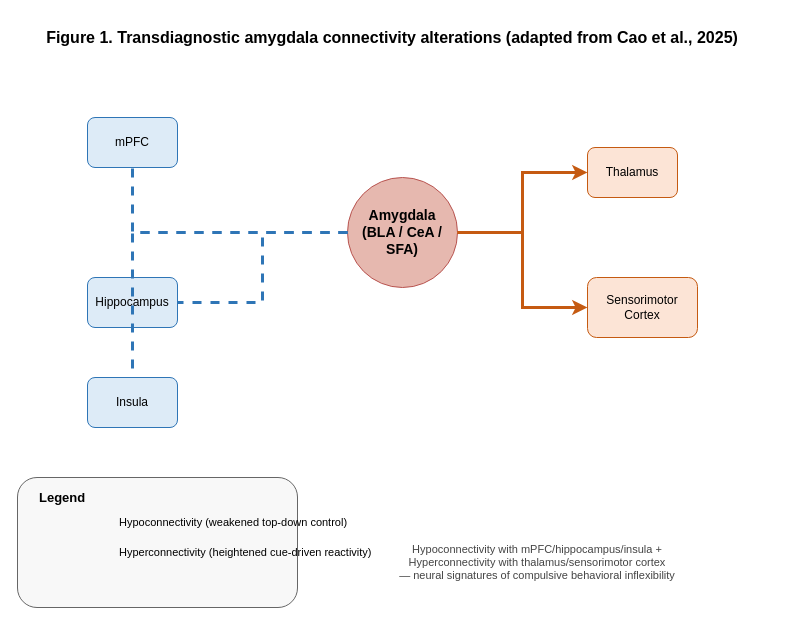
This is ccbfig2.drawio from Ernest861/demo, a draw.io file, before an edit. Source tidied: cells renumbered, new cells numbered last; positions are measured from the earlier drawing's top-left corner, leaving out a move shared by most shapes. Both pictures are drawn from the tidied source at 100%, with x=0, y=0 at pixel (17, 17).
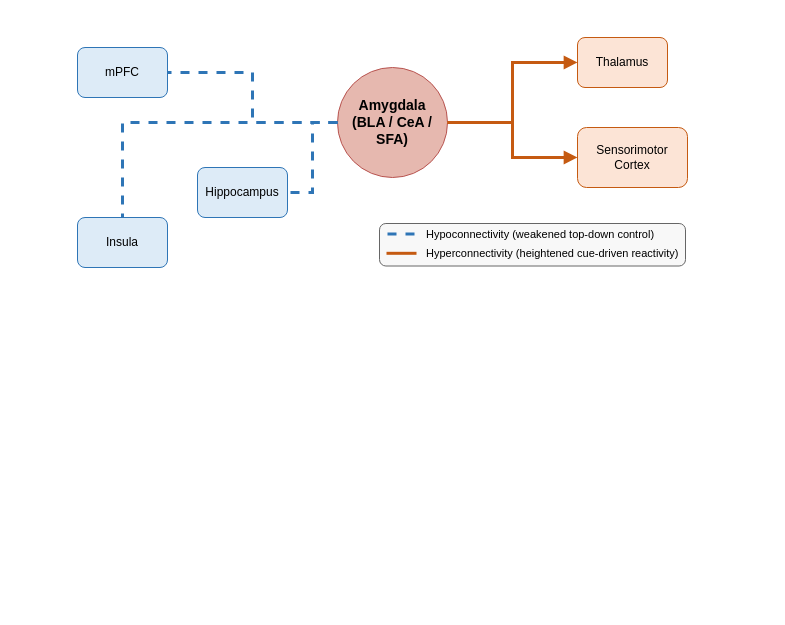
After the change.

The edit, as a diff of the source:
```diff
@@
-    <mxCell id="2" value="Figure 1. Transdiagnostic amygdala connectivity alterations (adapted from Cao et al., 2025)" style="text;html=1;strokeColor=none;fillColor=none;align=center;verticalAlign=middle;whiteSpace=wrap;rounded=0;fontSize=16;fontStyle=1;" parent="1" vertex="1">
-      <mxGeometry width="750" height="40" as="geometry" />
-    </mxCell>
     <mxCell id="3" value="Amygdala&lt;br&gt;(BLA / CeA / SFA)" style="ellipse;whiteSpace=wrap;html=1;fillColor=#E6B8AF;strokeColor=#B85450;fontColor=#000000;fontStyle=1;fontSize=14;" parent="1" vertex="1">
-      <mxGeometry x="330" y="160" width="110" height="110" as="geometry" />
+      <mxGeometry x="320" y="50" width="110" height="110" as="geometry" />
     </mxCell>
     <mxCell id="4" value="mPFC" style="rounded=1;whiteSpace=wrap;html=1;fillColor=#DDEBF7;strokeColor=#2E75B6;fontColor=#000000;" parent="1" vertex="1">
-      <mxGeometry x="70" y="100" width="90" height="50" as="geometry" />
+      <mxGeometry x="60" y="30" width="90" height="50" as="geometry" />
     </mxCell>
@@
     <mxCell id="6" value="Hippocampus" style="rounded=1;whiteSpace=wrap;html=1;fillColor=#DDEBF7;strokeColor=#2E75B6;fontColor=#000000;" parent="1" vertex="1">
-      <mxGeometry x="70" y="260" width="90" height="50" as="geometry" />
+      <mxGeometry x="180" y="150" width="90" height="50" as="geometry" />
     </mxCell>
@@
     <mxCell id="8" value="Insula" style="rounded=1;whiteSpace=wrap;html=1;fillColor=#DDEBF7;strokeColor=#2E75B6;fontColor=#000000;" parent="1" vertex="1">
-      <mxGeometry x="70" y="360" width="90" height="50" as="geometry" />
+      <mxGeometry x="60" y="200" width="90" height="50" as="geometry" />
     </mxCell>
@@
     <mxCell id="10" value="Thalamus" style="rounded=1;whiteSpace=wrap;html=1;fillColor=#FCE4D6;strokeColor=#C55A11;fontColor=#000000;" parent="1" vertex="1">
-      <mxGeometry x="570" y="130" width="90" height="50" as="geometry" />
+      <mxGeometry x="560" y="20" width="90" height="50" as="geometry" />
     </mxCell>
-    <mxCell id="11" style="edgeStyle=orthogonalEdgeStyle;rounded=0;html=1;jettySize=auto;strokeColor=#C55A11;strokeWidth=3;endArrow=classic;" parent="1" edge="1" source="3" target="10">
+    <mxCell id="11" style="edgeStyle=orthogonalEdgeStyle;rounded=0;html=1;jettySize=auto;strokeColor=#C55A11;strokeWidth=3;endArrow=block;endFill=1;" parent="1" edge="1" source="3" target="10">
       <mxGeometry relative="1" as="geometry" />
     </mxCell>
     <mxCell id="12" value="Sensorimotor&lt;br&gt;Cortex" style="rounded=1;whiteSpace=wrap;html=1;fillColor=#FCE4D6;strokeColor=#C55A11;fontColor=#000000;" parent="1" vertex="1">
-      <mxGeometry x="570" y="260" width="110" height="60" as="geometry" />
+      <mxGeometry x="560" y="110" width="110" height="60" as="geometry" />
     </mxCell>
-    <mxCell id="13" style="edgeStyle=orthogonalEdgeStyle;rounded=0;html=1;jettySize=auto;strokeColor=#C55A11;strokeWidth=3;endArrow=classic;" parent="1" edge="1" source="3" target="12">
+    <mxCell id="13" style="edgeStyle=orthogonalEdgeStyle;rounded=0;html=1;jettySize=auto;strokeColor=#C55A11;strokeWidth=3;endArrow=block;endFill=1;" parent="1" edge="1" source="3" target="12">
       <mxGeometry relative="1" as="geometry" />
     </mxCell>
+    <mxCell id="16" style="edgeStyle=orthogonalEdgeStyle;rounded=0;html=1;strokeColor=#2E75B6;strokeWidth=4;dashed=1;endArrow=none;" parent="1" edge="1">
+      <mxGeometry x="70" y="520" relative="1" as="geometry" />
+    </mxCell>
+    <mxCell id="18" style="edgeStyle=orthogonalEdgeStyle;rounded=0;html=1;strokeColor=#C55A11;strokeWidth=4;endArrow=classic;" parent="1" edge="1">
+      <mxGeometry x="70" y="550" relative="1" as="geometry" />
+    </mxCell>
+    <mxCell id="21" style="group;" parent="1" vertex="1">
+      <mxGeometry x="362" y="206" width="306" height="42.5" as="geometry" />
+    </mxCell>
-    <mxCell id="14" style="rounded=1;whiteSpace=wrap;html=1;fillColor=#F8F8F8;strokeColor=#666666;" parent="1" vertex="1">
-      <mxGeometry y="460" width="280" height="130" as="geometry" />
+    <mxCell id="14" style="rounded=1;whiteSpace=wrap;html=1;fillColor=#F8F8F8;strokeColor=#666666;" parent="21" vertex="1">
+      <mxGeometry width="306" height="42.5" as="geometry" />
     </mxCell>
-    <mxCell id="15" value="Legend" style="text;html=1;strokeColor=none;fillColor=none;align=left;verticalAlign=middle;fontStyle=1;fontSize=13;" parent="1" vertex="1">
-      <mxGeometry x="20" y="470" width="100" height="20" as="geometry" />
-    </mxCell>
-    <mxCell id="16" style="edgeStyle=orthogonalEdgeStyle;rounded=0;html=1;strokeColor=#2E75B6;strokeWidth=4;dashed=1;endArrow=none;" parent="1" edge="1">
-      <mxGeometry x="70" y="520" relative="1" as="geometry" />
-    </mxCell>
-    <mxCell id="17" value="Hypoconnectivity (weakened top-down control)" style="text;html=1;strokeColor=none;fillColor=none;align=left;verticalAlign=middle;fontSize=11;" parent="1" vertex="1">
-      <mxGeometry x="100" y="495" width="170" height="20" as="geometry" />
+    <mxCell id="17" value="Hypoconnectivity (weakened top-down control)" style="text;html=1;strokeColor=none;fillColor=none;align=left;verticalAlign=middle;fontSize=11;" parent="21" vertex="1">
+      <mxGeometry x="45" y="1" width="170" height="20" as="geometry" />
     </mxCell>
-    <mxCell id="18" style="edgeStyle=orthogonalEdgeStyle;rounded=0;html=1;strokeColor=#C55A11;strokeWidth=4;endArrow=classic;" parent="1" edge="1">
-      <mxGeometry x="70" y="550" relative="1" as="geometry" />
-    </mxCell>
-    <mxCell id="19" value="Hyperconnectivity (heightened cue-driven reactivity)" style="text;html=1;strokeColor=none;fillColor=none;align=left;verticalAlign=middle;fontSize=11;" parent="1" vertex="1">
-      <mxGeometry x="100" y="525" width="180" height="20" as="geometry" />
+    <mxCell id="19" value="Hyperconnectivity (heightened cue-driven reactivity)" style="text;html=1;strokeColor=none;fillColor=none;align=left;verticalAlign=middle;fontSize=11;" parent="21" vertex="1">
+      <mxGeometry x="45" y="20" width="180" height="20" as="geometry" />
     </mxCell>
-    <mxCell id="20" value="Hypoconnectivity with mPFC/hippocampus/insula +&lt;br&gt;Hyperconnectivity with thalamus/sensorimotor cortex&lt;br&gt;— neural signatures of compulsive behavioral inflexibility" style="text;html=1;strokeColor=none;fillColor=none;align=center;verticalAlign=middle;whiteSpace=wrap;fontSize=11;fontColor=#444444;" parent="1" vertex="1">
-      <mxGeometry x="330" y="500" width="380" height="90" as="geometry" />
-    </mxCell>
+    <mxCell id="22" style="edgeStyle=orthogonalEdgeStyle;rounded=0;html=1;jettySize=auto;orthogonalLoop=1;strokeColor=#2E75B6;strokeWidth=3;endArrow=none;dashed=1;" parent="21" edge="1">
+      <mxGeometry relative="1" as="geometry">
+        <mxPoint x="35" y="10.5" as="sourcePoint" />
+        <mxPoint x="5" y="13.5" as="targetPoint" />
+      </mxGeometry>
+    </mxCell>
+    <mxCell id="23" style="edgeStyle=orthogonalEdgeStyle;rounded=0;html=1;jettySize=auto;orthogonalLoop=1;strokeColor=#C55A11;strokeWidth=3;endArrow=none;endFill=0;" parent="21" edge="1">
+      <mxGeometry relative="1" as="geometry">
+        <mxPoint x="7" y="29.8" as="sourcePoint" />
+        <mxPoint x="37" y="29.8" as="targetPoint" />
+      </mxGeometry>
+    </mxCell>
```
